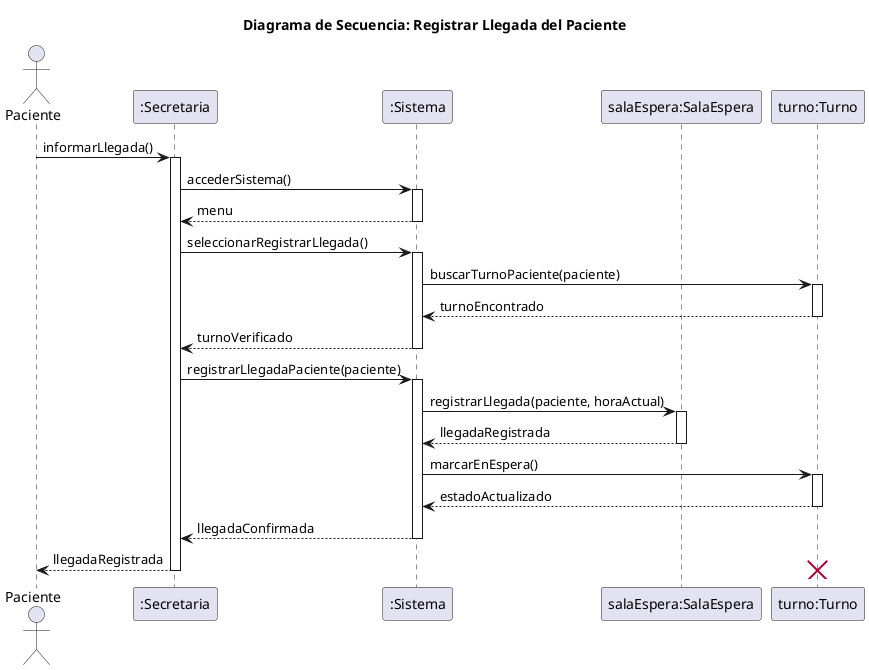
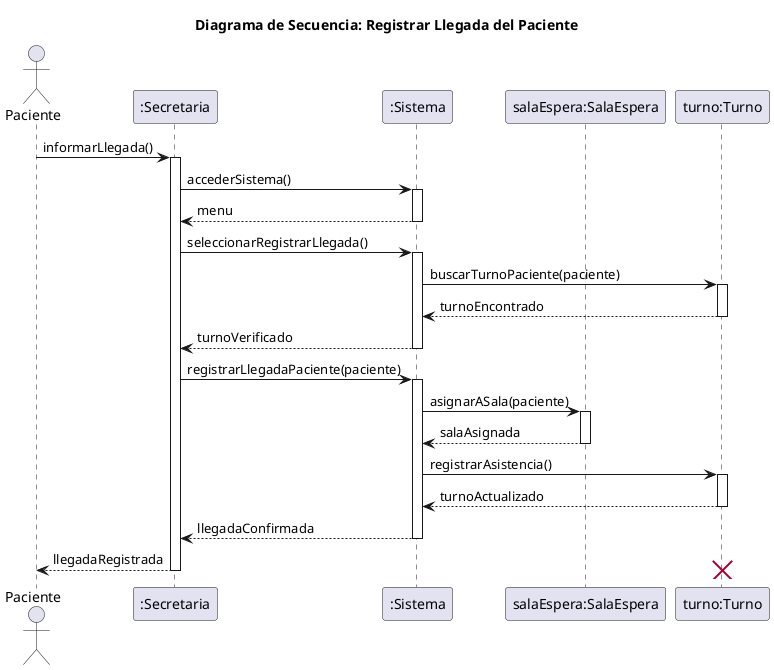
@startuml
title Diagrama de Secuencia: Registrar Llegada del Paciente

actor Paciente
participant ":Secretaria" as secretaria
participant ":Sistema" as sistema
participant "salaEspera:SalaEspera" as salaEspera
participant "turno:Turno" as turno

Paciente -> secretaria: informarLlegada()
activate secretaria
secretaria -> sistema: accederSistema()
activate sistema
sistema --> secretaria: menu
deactivate sistema
secretaria -> sistema: seleccionarRegistrarLlegada()
activate sistema
sistema -> turno: buscarTurnoPaciente(paciente)
activate turno
turno --> sistema: turnoEncontrado
deactivate turno
sistema --> secretaria: turnoVerificado
deactivate sistema
secretaria -> sistema: registrarLlegadaPaciente(paciente)
activate sistema
- sistema -> salaEspera: registrarLlegada(paciente, horaActual)
+ sistema -> salaEspera: asignarASala(paciente)
activate salaEspera
- salaEspera --> sistema: llegadaRegistrada
+ salaEspera --> sistema: salaAsignada
deactivate salaEspera
- sistema -> turno: marcarEnEspera()
+ sistema -> turno: registrarAsistencia()
activate turno
- turno --> sistema: estadoActualizado
+ turno --> sistema: turnoActualizado
deactivate turno
sistema --> secretaria: llegadaConfirmada
deactivate sistema
secretaria --> Paciente: llegadaRegistrada
deactivate secretaria

destroy turno
@enduml